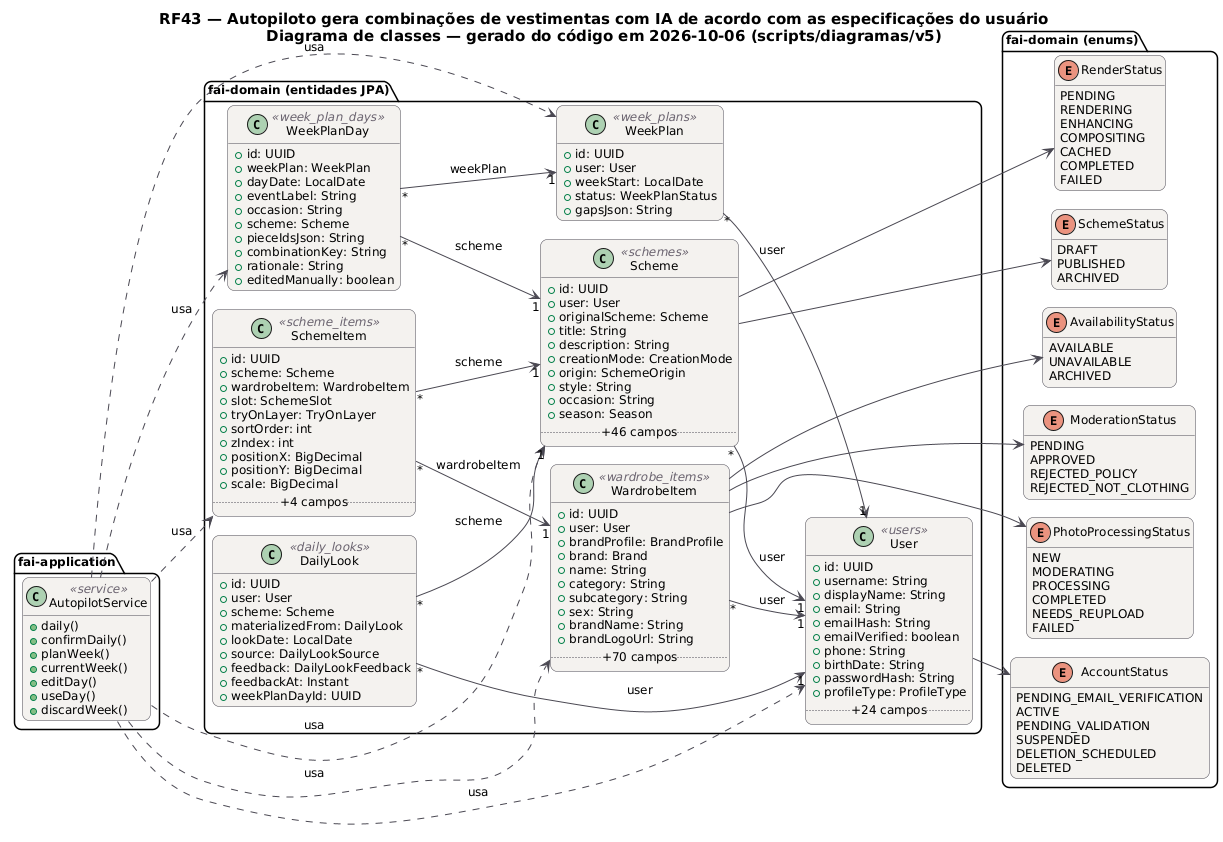
Above: docs/diagramas/RF43/RF43_Classes.png in MatheusHaliski/tcc-2026-fashion-ai-backend (PlantUML), before the change.
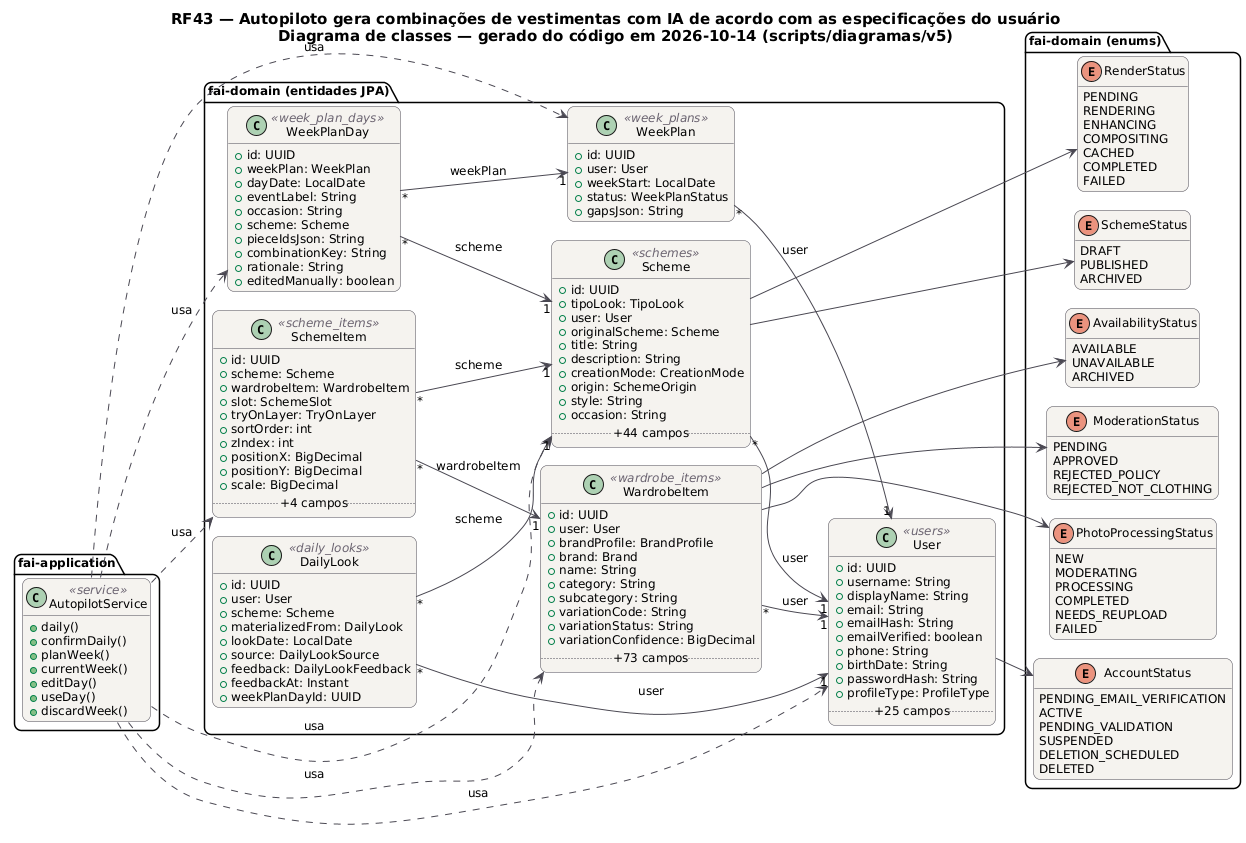
After the commit.

Diff of the diagram source:
```diff
@@ -20,7 +20,7 @@
 }
 hide empty members
 left to right direction
-title RF43 — Autopiloto gera combinações de vestimentas com IA de acordo com as especificações do usuário\nDiagrama de classes — gerado do código em 2026-10-06 (scripts/diagramas/v5)
+title RF43 — Autopiloto gera combinações de vestimentas com IA de acordo com as especificações do usuário\nDiagrama de classes — gerado do código em 2026-10-14 (scripts/diagramas/v5)
 
 package "fai-domain (entidades JPA)" {
   class DailyLook <<daily_looks>> {
@@ -36,6 +36,7 @@
   }
   class Scheme <<schemes>> {
     +id: UUID
+    +tipoLook: TipoLook
     +user: User
     +originalScheme: Scheme
     +title: String
@@ -44,8 +45,7 @@
     +origin: SchemeOrigin
     +style: String
     +occasion: String
-    +season: Season
-    .. +46 campos ..
+    .. +44 campos ..
   }
   class SchemeItem <<scheme_items>> {
     +id: UUID
@@ -71,7 +71,7 @@
     +birthDate: String
     +passwordHash: String
     +profileType: ProfileType
-    .. +24 campos ..
+    .. +25 campos ..
   }
   class WardrobeItem <<wardrobe_items>> {
     +id: UUID
@@ -81,10 +81,10 @@
     +name: String
     +category: String
     +subcategory: String
-    +sex: String
-    +brandName: String
-    +brandLogoUrl: String
-    .. +70 campos ..
+    +variationCode: String
+    +variationStatus: String
+    +variationConfidence: BigDecimal
+    .. +73 campos ..
   }
   class WeekPlan <<week_plans>> {
     +id: UUID
```
